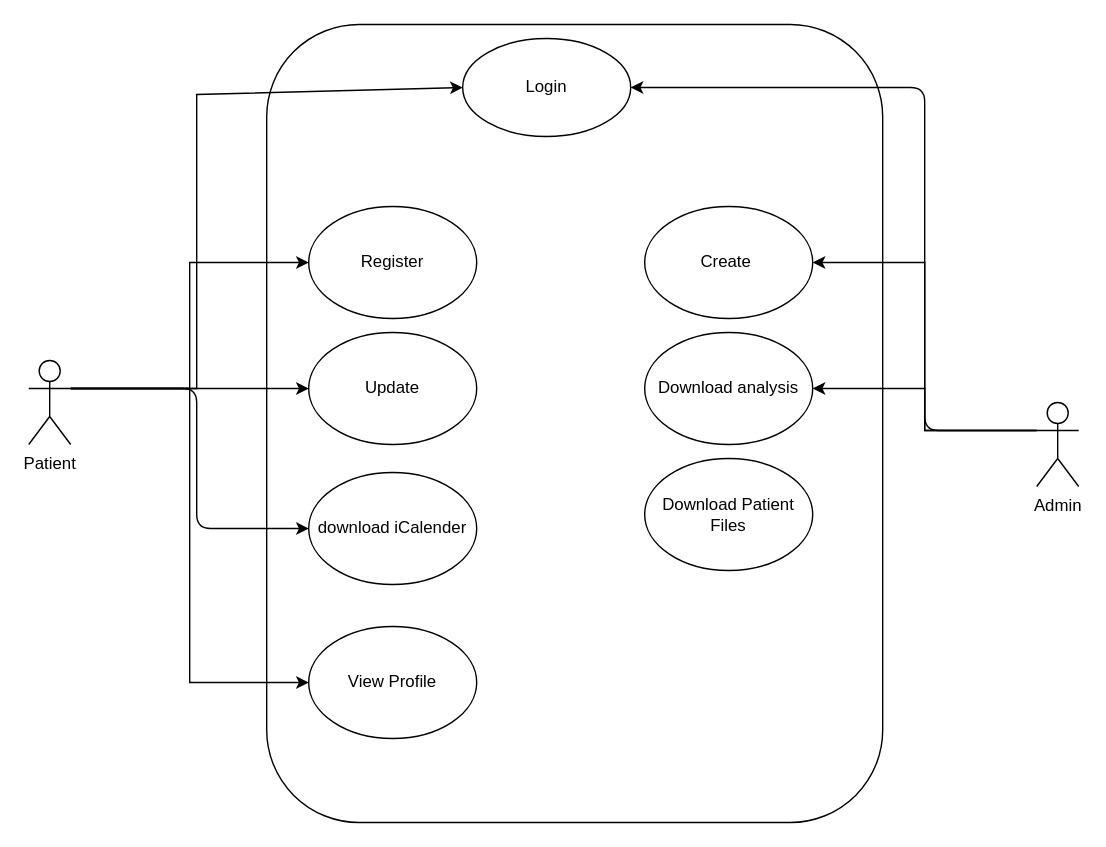
Earlier version of the draw.io diagram LifePrognosis-UseCaseDiagrams.drawio (JonahKayizzi/life-prognosis-gahinga6). Source tidied: cells renumbered, new cells numbered last; positions are measured from the earlier drawing's top-left corner, leaving out a move shared by most shapes. Both pictures are drawn from the tidied source at 140%, with x=0, y=0 at pixel (28, 24).
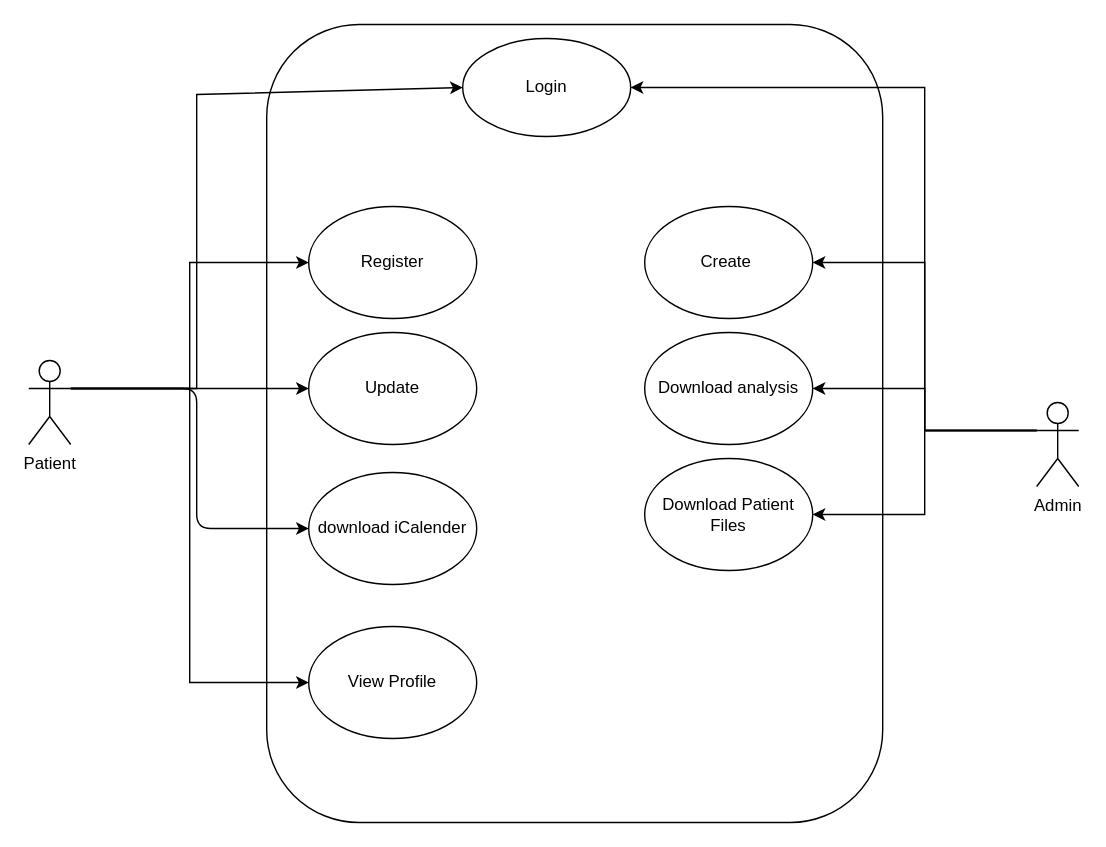
After the change.

The change refers to these unchanged cells:
```xml
<mxCell id="3" value="Login" style="ellipse;whiteSpace=wrap;html=1;" parent="1" vertex="1">
  <mxGeometry x="310" y="10" width="120" height="70" as="geometry" />
</mxCell>
<mxCell id="19" value="Admin" style="shape=umlActor;verticalLabelPosition=bottom;verticalAlign=top;html=1;outlineConnect=0;" parent="1" vertex="1">
  <mxGeometry x="720" y="270" width="30" height="60" as="geometry" />
</mxCell>
<mxCell id="20" value="Download Patient&lt;br&gt;Files" style="ellipse;whiteSpace=wrap;html=1;" parent="1" vertex="1">
  <mxGeometry x="440" y="310" width="120" height="80" as="geometry" />
</mxCell>
```

The edit, as a diff of the source:
```diff
@@
-    <mxCell id="18" style="edgeStyle=none;html=1;exitX=0;exitY=0.3333333333333333;exitDx=0;exitDy=0;exitPerimeter=0;entryX=1;entryY=0.5;entryDx=0;entryDy=0;" parent="1" edge="1" source="19" target="3">
+    <mxCell id="18" style="edgeStyle=none;html=1;exitX=0;exitY=0.3333333333333333;exitDx=0;exitDy=0;exitPerimeter=0;entryX=1;entryY=0.5;entryDx=0;entryDy=0;rounded=0;" parent="1" edge="1" source="19" target="3">
       <mxGeometry relative="1" as="geometry">
         <Array as="points">
           <mxPoint x="640" y="290" />
           <mxPoint x="640" y="45" />
         </Array>
       </mxGeometry>
     </mxCell>
+    <mxCell id="21" style="edgeStyle=none;html=1;exitX=0;exitY=0.3333333333333333;exitDx=0;exitDy=0;exitPerimeter=0;entryX=1;entryY=0.5;entryDx=0;entryDy=0;rounded=0;" parent="1" edge="1" source="19" target="20">
+      <mxGeometry relative="1" as="geometry">
+        <Array as="points">
+          <mxPoint x="640" y="290" />
+          <mxPoint x="640" y="350" />
+        </Array>
+      </mxGeometry>
+    </mxCell>
```
